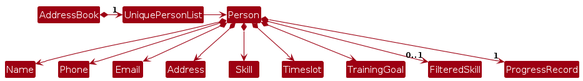
Above: diagrams/BetterModelClassDiagram.png in choppyback/tp (PlantUML), before the change. Its source is kept beside it as diagrams/BetterModelClassDiagram.puml.
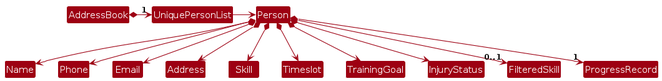
Later version of the same file.

What changed in the source:
```diff
@@ -14,6 +14,7 @@
 Person *--> Skill
 Person *--> Timeslot
 Person *--> TrainingGoal
+Person *--> InjuryStatus
 Person *--> "0..1" FilteredSkill
 Person *--> "1" ProgressRecord
 @enduml
```
